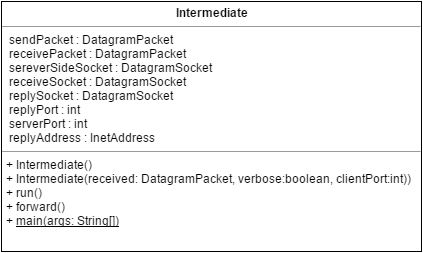
Before: Iteration1UML.png, a diagram exported from draw.io (liamclose/Man-in-the-Middle-Client-Server-Project-). Source tidied: cells renumbered, new cells last; positions are measured from the earlier drawing's top-left corner, leaving out a move shared by most shapes.
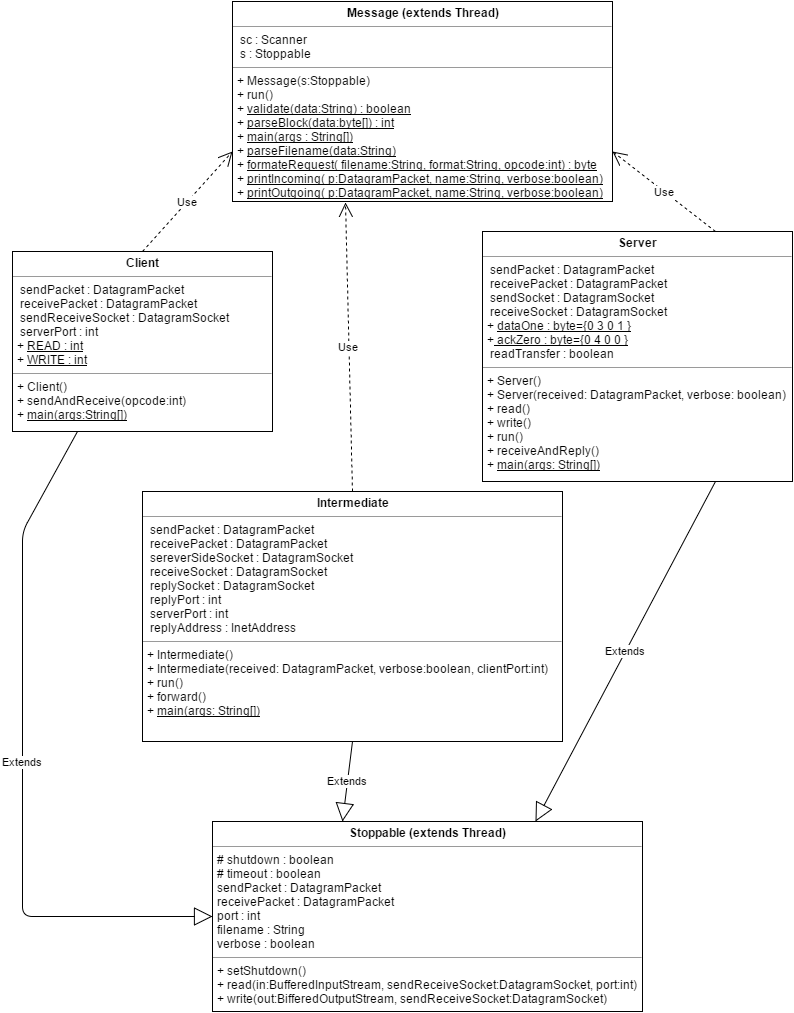
After the change.

What changed in the source:
```diff
@@ -2,8 +2,45 @@
   <root>
     <mxCell id="0" />
     <mxCell id="1" parent="0" />
-    <mxCell id="2" value="&lt;p style=&quot;margin: 0px ; margin-top: 4px ; text-align: center&quot;&gt;&lt;b&gt;Intermediate&lt;/b&gt;&lt;/p&gt;&lt;hr size=&quot;1&quot;&gt;&lt;p style=&quot;margin: 0px ; margin-left: 4px&quot;&gt;&amp;nbsp;sendPacket : DatagramPacket&lt;/p&gt;&lt;p style=&quot;margin: 0px ; margin-left: 4px&quot;&gt;&amp;nbsp;receivePacket : DatagramPacket&lt;/p&gt;&lt;p style=&quot;margin: 0px ; margin-left: 4px&quot;&gt;&amp;nbsp;sereverSideSocket : DatagramSocket&lt;/p&gt;&lt;p style=&quot;margin: 0px ; margin-left: 4px&quot;&gt;&amp;nbsp;receiveSocket : DatagramSocket&lt;/p&gt;&lt;p style=&quot;margin: 0px ; margin-left: 4px&quot;&gt;&amp;nbsp;replySocket : DatagramSocket&lt;/p&gt;&lt;p style=&quot;margin: 0px ; margin-left: 4px&quot;&gt;&amp;nbsp;replyPort : int&lt;/p&gt;&lt;p style=&quot;margin: 0px ; margin-left: 4px&quot;&gt;&amp;nbsp;serverPort : int&lt;/p&gt;&lt;p style=&quot;margin: 0px ; margin-left: 4px&quot;&gt;&amp;nbsp;replyAddress : InetAddress&lt;/p&gt;&lt;hr size=&quot;1&quot;&gt;&lt;p style=&quot;margin: 0px ; margin-left: 4px&quot;&gt;+ Intermediate()&amp;nbsp;&lt;/p&gt;&lt;p style=&quot;margin: 0px ; margin-left: 4px&quot;&gt;+ Intermediate(received: DatagramPacket, verbose:boolean, clientPort:int))&lt;/p&gt;&lt;p style=&quot;margin: 0px ; margin-left: 4px&quot;&gt;+ run()&lt;/p&gt;&lt;p style=&quot;margin: 0px ; margin-left: 4px&quot;&gt;+ forward()&lt;/p&gt;&lt;p style=&quot;margin: 0px ; margin-left: 4px&quot;&gt;+ &lt;u&gt;main(args: String[])&lt;/u&gt;&lt;/p&gt;" style="verticalAlign=top;align=left;overflow=fill;fontSize=12;fontFamily=Helvetica;html=1;" parent="1" vertex="1">
-      <mxGeometry width="420" height="250" as="geometry" />
-    </mxCell>
+    <mxCell id="3" value="&lt;p style=&quot;margin: 0px ; margin-top: 4px ; text-align: center&quot;&gt;&lt;b&gt;Server&lt;/b&gt;&lt;/p&gt;&lt;hr size=&quot;1&quot;&gt;&lt;p style=&quot;margin: 0px ; margin-left: 4px&quot;&gt;&amp;nbsp;sendPacket : DatagramPacket&lt;/p&gt;&lt;p style=&quot;margin: 0px ; margin-left: 4px&quot;&gt;&amp;nbsp;receivePacket : DatagramPacket&lt;/p&gt;&lt;p style=&quot;margin: 0px ; margin-left: 4px&quot;&gt;&amp;nbsp;sendSocket : DatagramSocket&lt;/p&gt;&lt;p style=&quot;margin: 0px ; margin-left: 4px&quot;&gt;&amp;nbsp;receiveSocket : DatagramSocket&lt;/p&gt;&lt;p style=&quot;margin: 0px ; margin-left: 4px&quot;&gt;+ &lt;u&gt;dataOne&amp;nbsp;: byte={0 3 0 1 }&lt;/u&gt;&lt;/p&gt;&lt;p style=&quot;margin: 0px ; margin-left: 4px&quot;&gt;+&lt;u&gt;&amp;nbsp;ackZero : byte={0 4 0 0 }&lt;/u&gt;&lt;/p&gt;&lt;p style=&quot;margin: 0px ; margin-left: 4px&quot;&gt;&amp;nbsp;readTransfer : boolean&lt;/p&gt;&lt;hr size=&quot;1&quot;&gt;&lt;p style=&quot;margin: 0px ; margin-left: 4px&quot;&gt;+ Server()&amp;nbsp;&lt;/p&gt;&lt;p style=&quot;margin: 0px ; margin-left: 4px&quot;&gt;+ Server(received: DatagramPacket, verbose: boolean)&lt;/p&gt;&lt;p style=&quot;margin: 0px ; margin-left: 4px&quot;&gt;+ read()&lt;/p&gt;&lt;p style=&quot;margin: 0px ; margin-left: 4px&quot;&gt;+ write()&lt;/p&gt;&lt;p style=&quot;margin: 0px ; margin-left: 4px&quot;&gt;+ run()&lt;/p&gt;&lt;p style=&quot;margin: 0px ; margin-left: 4px&quot;&gt;&lt;span style=&quot;line-height: 1.2&quot;&gt;+ receiveAndReply()&lt;/span&gt;&lt;/p&gt;&lt;p style=&quot;margin: 0px ; margin-left: 4px&quot;&gt;&lt;span style=&quot;line-height: 1.2&quot;&gt;+ &lt;/span&gt;&lt;u style=&quot;line-height: 1.2&quot;&gt;main(args: String[])&lt;/u&gt;&lt;/p&gt;&lt;p&gt;&lt;br&gt;&lt;/p&gt;" style="verticalAlign=top;align=left;overflow=fill;fontSize=12;fontFamily=Helvetica;html=1;" parent="1" vertex="1">
+      <mxGeometry x="340" y="-260" width="310" height="250" as="geometry" />
+    </mxCell>
+    <mxCell id="4" value="&lt;p style=&quot;margin: 0px ; margin-top: 4px ; text-align: center&quot;&gt;&lt;b&gt;Client&lt;/b&gt;&lt;/p&gt;&lt;hr size=&quot;1&quot;&gt;&lt;p style=&quot;margin: 0px ; margin-left: 4px&quot;&gt;&amp;nbsp;&lt;span&gt;sendPacket : DatagramPacket&lt;/span&gt;&lt;/p&gt;&lt;p style=&quot;margin: 0px ; margin-left: 4px&quot;&gt;&lt;span&gt;&amp;nbsp;receivePacket : DatagramPacket&lt;/span&gt;&lt;/p&gt;&lt;p style=&quot;margin: 0px ; margin-left: 4px&quot;&gt;&lt;span&gt;&amp;nbsp;sendReceiveSocket : DatagramSocket&lt;/span&gt;&lt;/p&gt;&lt;p style=&quot;margin: 0px ; margin-left: 4px&quot;&gt;&amp;nbsp;serverPort : int&lt;/p&gt;&lt;p style=&quot;margin: 0px ; margin-left: 4px&quot;&gt;+ &lt;u&gt;READ : int&lt;/u&gt;&lt;/p&gt;&lt;p style=&quot;margin: 0px ; margin-left: 4px&quot;&gt;+ &lt;u&gt;WRITE : int&lt;/u&gt;&lt;/p&gt;&lt;hr size=&quot;1&quot;&gt;&lt;p style=&quot;margin: 0px ; margin-left: 4px&quot;&gt;+ Client()&amp;nbsp;&lt;/p&gt;&lt;p style=&quot;margin: 0px ; margin-left: 4px&quot;&gt;+ sendAndReceive(opcode:int)&lt;/p&gt;&lt;p style=&quot;margin: 0px ; margin-left: 4px&quot;&gt;+ &lt;u&gt;main(args:String[])&lt;/u&gt;&lt;/p&gt;&lt;p style=&quot;margin: 0px ; margin-left: 4px&quot;&gt;&lt;br&gt;&lt;/p&gt;&lt;p style=&quot;margin: 0px ; margin-left: 4px&quot;&gt;&lt;br&gt;&lt;/p&gt;" style="verticalAlign=top;align=left;overflow=fill;fontSize=12;fontFamily=Helvetica;html=1;" parent="1" vertex="1">
+      <mxGeometry x="-130" y="-240" width="260" height="180" as="geometry" />
+    </mxCell>
+    <mxCell id="5" value="&lt;p style=&quot;margin: 0px ; margin-top: 4px ; text-align: center&quot;&gt;&lt;b&gt;Intermediate&lt;/b&gt;&lt;/p&gt;&lt;hr size=&quot;1&quot;&gt;&lt;p style=&quot;margin: 0px ; margin-left: 4px&quot;&gt;&amp;nbsp;sendPacket : DatagramPacket&lt;/p&gt;&lt;p style=&quot;margin: 0px ; margin-left: 4px&quot;&gt;&amp;nbsp;receivePacket : DatagramPacket&lt;/p&gt;&lt;p style=&quot;margin: 0px ; margin-left: 4px&quot;&gt;&amp;nbsp;sereverSideSocket : DatagramSocket&lt;/p&gt;&lt;p style=&quot;margin: 0px ; margin-left: 4px&quot;&gt;&amp;nbsp;receiveSocket : DatagramSocket&lt;/p&gt;&lt;p style=&quot;margin: 0px ; margin-left: 4px&quot;&gt;&amp;nbsp;replySocket : DatagramSocket&lt;/p&gt;&lt;p style=&quot;margin: 0px ; margin-left: 4px&quot;&gt;&amp;nbsp;replyPort : int&lt;/p&gt;&lt;p style=&quot;margin: 0px ; margin-left: 4px&quot;&gt;&amp;nbsp;serverPort : int&lt;/p&gt;&lt;p style=&quot;margin: 0px ; margin-left: 4px&quot;&gt;&amp;nbsp;replyAddress : InetAddress&lt;/p&gt;&lt;hr size=&quot;1&quot;&gt;&lt;p style=&quot;margin: 0px ; margin-left: 4px&quot;&gt;+ Intermediate()&amp;nbsp;&lt;/p&gt;&lt;p style=&quot;margin: 0px ; margin-left: 4px&quot;&gt;+ Intermediate(received: DatagramPacket, verbose:boolean, clientPort:int)&lt;/p&gt;&lt;p style=&quot;margin: 0px ; margin-left: 4px&quot;&gt;+ run()&lt;/p&gt;&lt;p style=&quot;margin: 0px ; margin-left: 4px&quot;&gt;+ forward()&lt;/p&gt;&lt;p style=&quot;margin: 0px ; margin-left: 4px&quot;&gt;+ &lt;u&gt;main(args: String[])&lt;/u&gt;&lt;/p&gt;" style="verticalAlign=top;align=left;overflow=fill;fontSize=12;fontFamily=Helvetica;html=1;" parent="1" vertex="1">
+      <mxGeometry width="420" height="250" as="geometry" />
+    </mxCell>
+    <mxCell id="6" value="&lt;p style=&quot;margin: 0px ; margin-top: 4px ; text-align: center&quot;&gt;&lt;b&gt;Message (extends Thread)&lt;/b&gt;&lt;/p&gt;&lt;hr size=&quot;1&quot;&gt;&lt;p style=&quot;margin: 0px ; margin-left: 4px&quot;&gt;&amp;nbsp;sc : Scanner&lt;/p&gt;&lt;p style=&quot;margin: 0px ; margin-left: 4px&quot;&gt;&amp;nbsp;s : Stoppable&lt;/p&gt;&lt;hr size=&quot;1&quot;&gt;&lt;p style=&quot;margin: 0px ; margin-left: 4px&quot;&gt;&lt;span style=&quot;line-height: 1.2&quot;&gt;+ Message(s:Stoppable)&lt;/span&gt;&lt;br&gt;&lt;/p&gt;&lt;p style=&quot;margin: 0px ; margin-left: 4px&quot;&gt;&lt;span&gt;+ run()&lt;/span&gt;&lt;u&gt;&lt;br&gt;&lt;/u&gt;&lt;/p&gt;&lt;p style=&quot;margin: 0px ; margin-left: 4px&quot;&gt;&lt;span&gt;+&amp;nbsp;&lt;/span&gt;&lt;u&gt;validate(data:String) : boolean&lt;/u&gt;&lt;/p&gt;&lt;p style=&quot;margin: 0px ; margin-left: 4px&quot;&gt;+ &lt;u&gt;parseBlock(data:byte[]) : int&lt;/u&gt;&lt;/p&gt;&lt;p style=&quot;margin: 0px ; margin-left: 4px&quot;&gt;+ &lt;u&gt;main(args : String[])&lt;/u&gt;&lt;/p&gt;&lt;p style=&quot;margin: 0px ; margin-left: 4px&quot;&gt;+ &lt;u&gt;parseFilename(data:String)&lt;/u&gt;&lt;/p&gt;&lt;p style=&quot;margin: 0px ; margin-left: 4px&quot;&gt;&lt;span style=&quot;line-height: 1.2&quot;&gt;+ &lt;/span&gt;&lt;u style=&quot;line-height: 1.2&quot;&gt;formateRequest( filename:String, format:String, opcode:int) : byte&lt;/u&gt;&lt;br&gt;&lt;/p&gt;&lt;p style=&quot;margin: 0px ; margin-left: 4px&quot;&gt;+ &lt;u&gt;printIncoming( p:DatagramPacket, name:String, verbose:boolean)&lt;/u&gt;&amp;nbsp;&lt;/p&gt;&lt;p style=&quot;margin: 0px ; margin-left: 4px&quot;&gt;+ &lt;u&gt;printOutgoing( p:DatagramPacket, name:String, verbose:boolean)&lt;/u&gt;&lt;/p&gt;&lt;p style=&quot;margin: 0px ; margin-left: 4px&quot;&gt;&lt;br&gt;&lt;/p&gt;&lt;p style=&quot;margin: 0px ; margin-left: 4px&quot;&gt;&lt;br&gt;&lt;/p&gt;" style="verticalAlign=top;align=left;overflow=fill;fontSize=12;fontFamily=Helvetica;html=1;" parent="1" vertex="1">
+      <mxGeometry x="90" y="-490" width="380" height="200" as="geometry" />
+    </mxCell>
+    <mxCell id="7" value="&lt;p style=&quot;margin: 0px ; margin-top: 4px ; text-align: center&quot;&gt;&lt;b&gt;Stoppable (extends Thread)&lt;/b&gt;&lt;/p&gt;&lt;hr size=&quot;1&quot;&gt;&lt;p style=&quot;margin: 0px ; margin-left: 4px&quot;&gt;# shutdown : boolean&lt;/p&gt;&lt;p style=&quot;margin: 0px ; margin-left: 4px&quot;&gt;# timeout : boolean&lt;/p&gt;&lt;p style=&quot;margin: 0px ; margin-left: 4px&quot;&gt;sendPacket : DatagramPacket&lt;/p&gt;&lt;p style=&quot;margin: 0px ; margin-left: 4px&quot;&gt;receivePacket : DatagramPacket&lt;/p&gt;&lt;p style=&quot;margin: 0px ; margin-left: 4px&quot;&gt;port : int&lt;/p&gt;&lt;p style=&quot;margin: 0px ; margin-left: 4px&quot;&gt;filename : String&lt;/p&gt;&lt;p style=&quot;margin: 0px ; margin-left: 4px&quot;&gt;verbose : boolean&amp;nbsp;&lt;/p&gt;&lt;hr size=&quot;1&quot;&gt;&lt;p style=&quot;margin: 0px ; margin-left: 4px&quot;&gt;+ setShutdown()&lt;/p&gt;&lt;p style=&quot;margin: 0px ; margin-left: 4px&quot;&gt;+ read(in:BufferedInputStream, sendReceiveSocket:DatagramSocket, port:int)&lt;/p&gt;&lt;p style=&quot;margin: 0px ; margin-left: 4px&quot;&gt;+ write(out:BifferedOutputStream, sendReceiveSocket:DatagramSocket)&lt;/p&gt;" style="verticalAlign=top;align=left;overflow=fill;fontSize=12;fontFamily=Helvetica;html=1;" parent="1" vertex="1">
+      <mxGeometry x="70" y="330" width="430" height="190" as="geometry" />
+    </mxCell>
+    <mxCell id="8" value="Extends" style="endArrow=block;endSize=16;endFill=0;html=1;exitX=0.75;exitY=1;entryX=0.75;entryY=0;" parent="1" edge="1" source="3" target="7">
+      <mxGeometry relative="1" as="geometry" />
+    </mxCell>
+    <mxCell id="9" value="Extends" style="endArrow=block;endSize=16;endFill=0;html=1;exitX=0.25;exitY=1;entryX=0;entryY=0.5;" parent="1" edge="1" source="4" target="7">
+      <mxGeometry relative="1" as="geometry">
+        <Array as="points">
+          <mxPoint x="-120" y="40" />
+          <mxPoint x="-120" y="425" />
+        </Array>
+      </mxGeometry>
+    </mxCell>
+    <mxCell id="10" value="Extends" style="endArrow=block;endSize=16;endFill=0;html=1;exitX=0.5;exitY=1;" parent="1" edge="1" source="5">
+      <mxGeometry relative="1" as="geometry">
+        <mxPoint x="200" y="330" as="targetPoint" />
+      </mxGeometry>
+    </mxCell>
+    <mxCell id="11" value="Use" style="endArrow=open;endSize=12;dashed=1;html=1;entryX=1;entryY=0.75;exitX=0.75;exitY=0;" parent="1" edge="1" source="3" target="6">
+      <mxGeometry relative="1" as="geometry" />
+    </mxCell>
+    <mxCell id="12" value="Use" style="endArrow=open;endSize=12;dashed=1;html=1;exitX=0.5;exitY=0;entryX=0.298;entryY=1.004;entryPerimeter=0;" parent="1" edge="1" source="5" target="6">
+      <mxGeometry relative="1" as="geometry" />
+    </mxCell>
+    <mxCell id="13" value="Use" style="endArrow=open;endSize=12;dashed=1;html=1;exitX=0.5;exitY=0;entryX=0;entryY=0.75;" parent="1" edge="1" source="4" target="6">
+      <mxGeometry relative="1" as="geometry" />
+    </mxCell>
   </root>
 </mxGraphModel>
```
